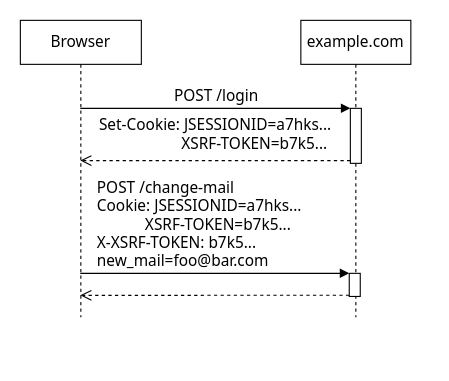
This is content/articles/2021/cross-site-request-forgery-csrf-xsrf-protection-in-quarkus/cookie-to-header.drawio from marcelkliemannel/marcelkliemannel.com, a draw.io file, before an edit. Source tidied: cells renumbered, new cells numbered last; positions are measured from the earlier drawing's top-left corner, leaving out a move shared by most shapes. Both pictures are drawn from the tidied source at 110%, with x=0, y=0 at pixel (20, 20).
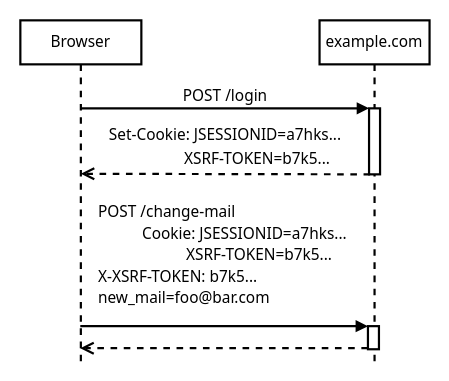
After the change.

Commit message (it also covers changes not shown here):
Improve drawing of sequence diagrams

Diff of the diagram source:
```diff
@@
 <mxGraphModel>
   <root>
     <mxCell id="0" />
     <mxCell id="1" parent="0" />
-    <mxCell id="2" value="Browser" style="shape=umlLifeline;perimeter=lifelinePerimeter;whiteSpace=wrap;html=1;outlineConnect=0;labelBackgroundColor=none;fontSize=14;fontFamily=Tahoma;" parent="1" vertex="1">
-      <mxGeometry width="110" height="270" as="geometry" />
+    <mxCell id="2" value="Browser" style="shape=umlLifeline;perimeter=lifelinePerimeter;whiteSpace=wrap;html=1;outlineConnect=0;labelBackgroundColor=none;fontSize=14;fontFamily=Tahoma;strokeWidth=2;" parent="1" vertex="1">
+      <mxGeometry width="110" height="310" as="geometry" />
     </mxCell>
-    <mxCell id="3" value="example.com" style="shape=umlLifeline;perimeter=lifelinePerimeter;whiteSpace=wrap;html=1;fontSize=14;fontFamily=Tahoma;" parent="1" vertex="1">
-      <mxGeometry x="255" width="100" height="270" as="geometry" />
+    <mxCell id="3" value="example.com" style="shape=umlLifeline;perimeter=lifelinePerimeter;whiteSpace=wrap;html=1;fontSize=14;fontFamily=Tahoma;strokeWidth=2;" parent="1" vertex="1">
+      <mxGeometry x="272" width="100" height="310" as="geometry" />
     </mxCell>
-    <mxCell id="4" style="html=1;points=[];perimeter=orthogonalPerimeter;fontSize=14;fontFamily=Tahoma;" parent="3" vertex="1">
-      <mxGeometry x="45" y="80" width="10" height="50" as="geometry" />
+    <mxCell id="4" style="html=1;points=[];perimeter=orthogonalPerimeter;fontSize=14;fontFamily=Tahoma;strokeWidth=2;" parent="3" vertex="1">
+      <mxGeometry x="45" y="80" width="10" height="60" as="geometry" />
     </mxCell>
-    <mxCell id="5" style="html=1;points=[];perimeter=orthogonalPerimeter;fontSize=14;fontFamily=Tahoma;" parent="3" vertex="1">
-      <mxGeometry x="44" y="230" width="10" height="21" as="geometry" />
+    <mxCell id="5" style="html=1;points=[];perimeter=orthogonalPerimeter;fontSize=14;fontFamily=Tahoma;strokeWidth=2;" parent="3" vertex="1">
+      <mxGeometry x="44" y="278" width="10" height="21" as="geometry" />
     </mxCell>
-    <mxCell id="6" value="POST /login" style="html=1;verticalAlign=bottom;endArrow=block;entryX=0;entryY=0;fontSize=14;fontFamily=Tahoma;" parent="1" edge="1" source="2" target="4">
+    <mxCell id="6" value="POST /login" style="html=1;verticalAlign=bottom;endArrow=block;entryX=0;entryY=0;fontSize=14;fontFamily=Tahoma;strokeWidth=2;" parent="1" edge="1" source="2" target="4">
       <mxGeometry relative="1" as="geometry" />
     </mxCell>
-    <mxCell id="7" value="Set-Cookie: JSESSIONID=a7hks...&lt;br&gt;&lt;div style=&quot;text-align: right&quot;&gt;&lt;span&gt;&amp;nbsp;XSRF-TOKEN=b7k5...&amp;nbsp;&lt;/span&gt;&lt;/div&gt;" style="html=1;verticalAlign=bottom;endArrow=open;dashed=1;endSize=8;exitX=0;exitY=0.95;labelBackgroundColor=none;fontSize=14;fontFamily=Tahoma;horizontal=1;spacing=6;spacingTop=2;" parent="1" edge="1" source="4" target="2">
-      <mxGeometry relative="1" as="geometry" />
+    <mxCell id="7" value="&lt;p style=&quot;line-height: 0% ; font-size: 14px&quot;&gt;Set-Cookie: JSESSIONID=a7hks...&lt;br&gt;&lt;/p&gt;&lt;div style=&quot;text-align: center&quot;&gt;&lt;span style=&quot;text-align: right ; line-height: 120%&quot;&gt;&amp;nbsp; &amp;nbsp; &amp;nbsp; &amp;nbsp; &amp;nbsp; &amp;nbsp; &amp;nbsp; &amp;nbsp; &amp;nbsp;XSRF-TOKEN=b7k5...&amp;nbsp;&lt;/span&gt;&lt;/div&gt;&lt;p&gt;&lt;/p&gt;&lt;p style=&quot;font-size: 14px&quot;&gt;&lt;/p&gt;" style="html=1;verticalAlign=bottom;endArrow=open;dashed=1;endSize=8;labelBackgroundColor=none;fontSize=14;fontFamily=Tahoma;horizontal=1;spacing=6;spacingTop=2;strokeWidth=2;" parent="1" edge="1">
+      <mxGeometry y="15" relative="1" as="geometry">
+        <mxPoint x="318" y="140" as="sourcePoint" />
+        <mxPoint x="55" y="139.5" as="targetPoint" />
+      </mxGeometry>
     </mxCell>
-    <mxCell id="8" value="POST /change-mail&lt;br style=&quot;font-size: 14px&quot;&gt;Cookie: JSESSIONID=&lt;span style=&quot;text-align: center&quot;&gt;a7hks&lt;/span&gt;...&lt;br&gt;&amp;nbsp; &amp;nbsp; &amp;nbsp; &amp;nbsp; &amp;nbsp; &amp;nbsp;&amp;nbsp;&lt;span style=&quot;text-align: right&quot;&gt;XSRF-TOKEN=b7k5...&amp;nbsp;&lt;br&gt;&lt;/span&gt;X-XSRF-TOKEN: b7k5...&lt;br style=&quot;font-size: 14px&quot;&gt;&lt;span style=&quot;font-size: 14px&quot;&gt;new_mail=foo@bar.com&lt;/span&gt;" style="html=1;verticalAlign=bottom;endArrow=block;entryX=0;entryY=0;align=left;labelBackgroundColor=default;fontSize=14;fontFamily=Tahoma;" parent="1" edge="1" target="5">
+    <mxCell id="8" value="&lt;p style=&quot;line-height: 140%&quot;&gt;POST /change-mail&lt;br style=&quot;font-size: 14px&quot;&gt;&amp;nbsp; &amp;nbsp; &amp;nbsp; &amp;nbsp; &amp;nbsp; &amp;nbsp;Cookie: JSESSIONID=&lt;span style=&quot;text-align: center&quot;&gt;a7hks&lt;/span&gt;...&lt;br&gt;&amp;nbsp; &amp;nbsp; &amp;nbsp; &amp;nbsp; &amp;nbsp; &amp;nbsp; &amp;nbsp; &amp;nbsp; &amp;nbsp; &amp;nbsp; &amp;nbsp; &lt;span style=&quot;text-align: right&quot;&gt;XSRF-TOKEN=b7k5...&amp;nbsp;&lt;br&gt;&lt;/span&gt;X-XSRF-TOKEN: b7k5...&lt;br style=&quot;font-size: 14px&quot;&gt;&lt;span style=&quot;font-size: 14px&quot;&gt;new_mail=foo@bar.com&lt;/span&gt;&lt;/p&gt;" style="html=1;verticalAlign=bottom;endArrow=block;entryX=0;entryY=0;align=left;labelBackgroundColor=none;fontSize=14;fontFamily=Tahoma;strokeWidth=2;" parent="1" edge="1" target="5">
       <mxGeometry x="-0.89" relative="1" as="geometry">
-        <mxPoint x="54.5" y="230" as="sourcePoint" />
+        <mxPoint x="54.5" y="278" as="sourcePoint" />
       </mxGeometry>
     </mxCell>
-    <mxCell id="9" style="html=1;verticalAlign=bottom;endArrow=open;dashed=1;endSize=8;exitX=0;exitY=0.95;fontSize=14;fontFamily=Tahoma;" parent="1" edge="1" source="5">
+    <mxCell id="9" style="html=1;verticalAlign=bottom;endArrow=open;dashed=1;endSize=8;exitX=0;exitY=0.95;fontSize=14;fontFamily=Tahoma;strokeWidth=2;" parent="1" edge="1" source="5">
       <mxGeometry relative="1" as="geometry">
-        <mxPoint x="54.5" y="250" as="targetPoint" />
+        <mxPoint x="54.5" y="298" as="targetPoint" />
       </mxGeometry>
     </mxCell>
   </root>
 </mxGraphModel>
```
